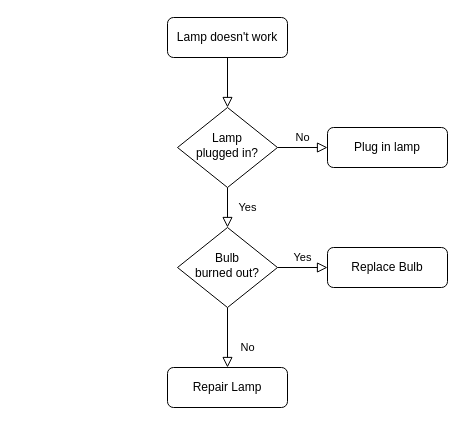
This is Diagrama sem nome.drawio from aleatorio101/projeto-gerar, a draw.io file, before an edit. Source tidied: cells renumbered, new cells numbered last; positions are measured from the earlier drawing's top-left corner, leaving out a move shared by most shapes. Both pictures are drawn from the tidied source at 100%, with x=0, y=0 at pixel (167, 17).
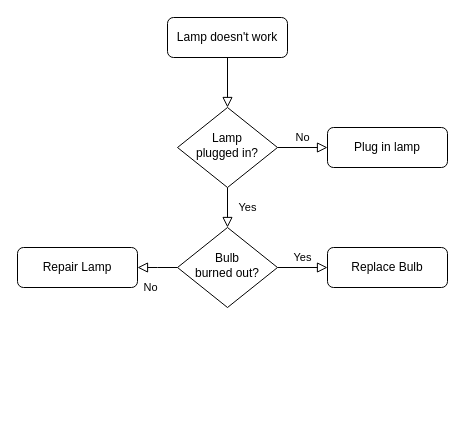
After the change.

Change to the diagram source:
```diff
@@
 <mxGraphModel>
   <root>
     <mxCell id="0" />
     <mxCell id="1" parent="0" />
     <mxCell id="2" style="rounded=0;html=1;jettySize=auto;fontSize=11;endArrow=block;endFill=0;endSize=8;strokeWidth=1;shadow=0;labelBackgroundColor=none;edgeStyle=orthogonalEdgeStyle;" parent="1" edge="1" source="3" target="6">
       <mxGeometry relative="1" as="geometry" />
     </mxCell>
     <mxCell id="3" value="Lamp doesn't work" style="rounded=1;whiteSpace=wrap;html=1;fontSize=12;glass=0;strokeWidth=1;shadow=0;" parent="1" vertex="1">
       <mxGeometry width="120" height="40" as="geometry" />
     </mxCell>
     <mxCell id="4" value="Yes" style="rounded=0;html=1;jettySize=auto;fontSize=11;endArrow=block;endFill=0;endSize=8;strokeWidth=1;shadow=0;labelBackgroundColor=none;edgeStyle=orthogonalEdgeStyle;" parent="1" edge="1" source="6" target="10">
       <mxGeometry y="20" relative="1" as="geometry" />
     </mxCell>
     <mxCell id="5" value="No" style="edgeStyle=orthogonalEdgeStyle;rounded=0;html=1;jettySize=auto;fontSize=11;endArrow=block;endFill=0;endSize=8;strokeWidth=1;shadow=0;labelBackgroundColor=none;" parent="1" edge="1" source="6" target="7">
       <mxGeometry y="10" relative="1" as="geometry" />
     </mxCell>
     <mxCell id="6" value="Lamp&lt;br&gt;plugged in?" style="rhombus;whiteSpace=wrap;html=1;shadow=0;fontFamily=Helvetica;fontSize=12;align=center;strokeWidth=1;spacing=6;spacingTop=-4;" parent="1" vertex="1">
       <mxGeometry x="10" y="90" width="100" height="80" as="geometry" />
     </mxCell>
     <mxCell id="7" value="Plug in lamp" style="rounded=1;whiteSpace=wrap;html=1;fontSize=12;glass=0;strokeWidth=1;shadow=0;" parent="1" vertex="1">
       <mxGeometry x="160" y="110" width="120" height="40" as="geometry" />
     </mxCell>
-    <mxCell id="8" value="No" style="rounded=0;html=1;jettySize=auto;fontSize=11;endArrow=block;endFill=0;endSize=8;strokeWidth=1;shadow=0;labelBackgroundColor=none;edgeStyle=orthogonalEdgeStyle;" parent="1" edge="1" source="10" target="11">
-      <mxGeometry x="0.33" y="20" relative="1" as="geometry" />
+    <mxCell id="8" value="No" style="rounded=0;html=1;jettySize=auto;fontSize=11;endArrow=block;endFill=0;endSize=8;strokeWidth=1;shadow=0;labelBackgroundColor=none;edgeStyle=orthogonalEdgeStyle;" parent="1" edge="1" source="10">
+      <mxGeometry x="0.33" y="20" relative="1" as="geometry">
+        <mxPoint x="-30" y="250" as="targetPoint" />
+      </mxGeometry>
     </mxCell>
     <mxCell id="9" value="Yes" style="edgeStyle=orthogonalEdgeStyle;rounded=0;html=1;jettySize=auto;fontSize=11;endArrow=block;endFill=0;endSize=8;strokeWidth=1;shadow=0;labelBackgroundColor=none;" parent="1" edge="1" source="10" target="12">
       <mxGeometry y="10" relative="1" as="geometry" />
     </mxCell>
     <mxCell id="10" value="Bulb&lt;br&gt;burned out?" style="rhombus;whiteSpace=wrap;html=1;shadow=0;fontFamily=Helvetica;fontSize=12;align=center;strokeWidth=1;spacing=6;spacingTop=-4;" parent="1" vertex="1">
       <mxGeometry x="10" y="210" width="100" height="80" as="geometry" />
     </mxCell>
     <mxCell id="11" value="Repair Lamp" style="rounded=1;whiteSpace=wrap;html=1;fontSize=12;glass=0;strokeWidth=1;shadow=0;" parent="1" vertex="1">
-      <mxGeometry y="350" width="120" height="40" as="geometry" />
+      <mxGeometry x="-150" y="230" width="120" height="40" as="geometry" />
     </mxCell>
     <mxCell id="12" value="Replace Bulb" style="rounded=1;whiteSpace=wrap;html=1;fontSize=12;glass=0;strokeWidth=1;shadow=0;" parent="1" vertex="1">
       <mxGeometry x="160" y="230" width="120" height="40" as="geometry" />
     </mxCell>
   </root>
 </mxGraphModel>
```
